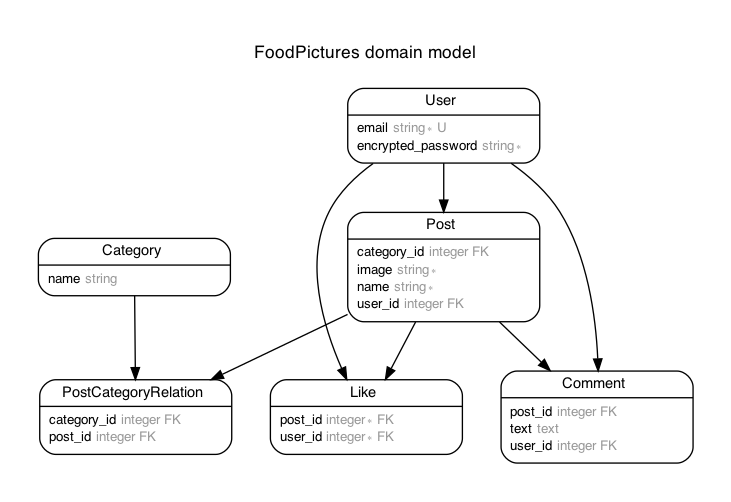
Above: erd.png in kimkim0814/food-pictures (Graphviz), before the change. Its source is kept beside it as erd.dot.
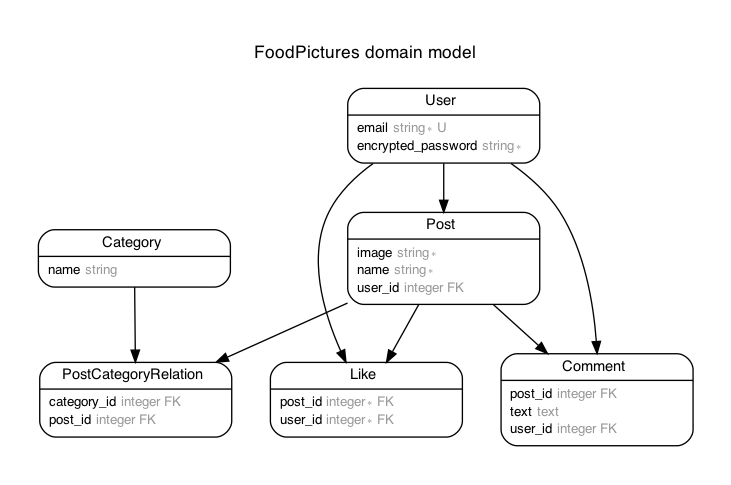
After the commit.

The edit, as a diff of the source:
```diff
@@ -45,7 +45,6 @@
 </table>
 |
 <table border="0" align="left" cellspacing="2" cellpadding="0" width="134">
-  <tr><td align="left" width="130" port="category_id">category_id <font face="Arial ItalicMT" color="grey60">integer FK</font></td></tr>
   <tr><td align="left" width="130" port="image">image <font face="Arial ItalicMT" color="grey60">string ∗</font></td></tr>
   <tr><td align="left" width="130" port="name">name <font face="Arial ItalicMT" color="grey60">string ∗</font></td></tr>
   <tr><td align="left" width="130" port="user_id">user_id <font face="Arial ItalicMT" color="grey60">integer FK</font></td></tr>
```
